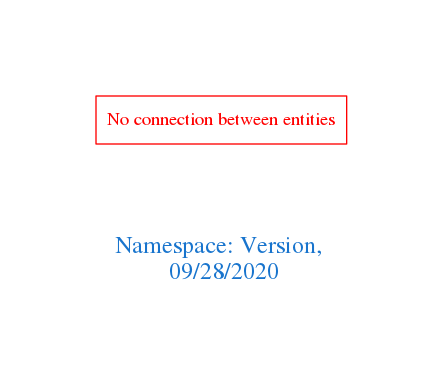
Earlier version of the Graphviz export downloads/Version.png (arago/OGIT). Its source is kept beside it as downloads/Version.dot.
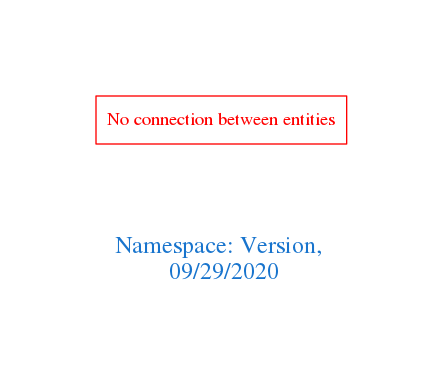
The same file after the commit.

Change to the diagram source:
```diff
@@ -1,7 +1,7 @@
 digraph OGIT_ontology {
  graph [ rankdir= LR,pad=1
 fontsize = 18,
-fontcolor= dodgerblue3,label = "\n\n\nNamespace: Version, \n 09/28/2020"];
+fontcolor= dodgerblue3,label = "\n\n\nNamespace: Version, \n 09/29/2020"];
 node[shape=polygon];
 edge [  color="gray81"];
 
```
